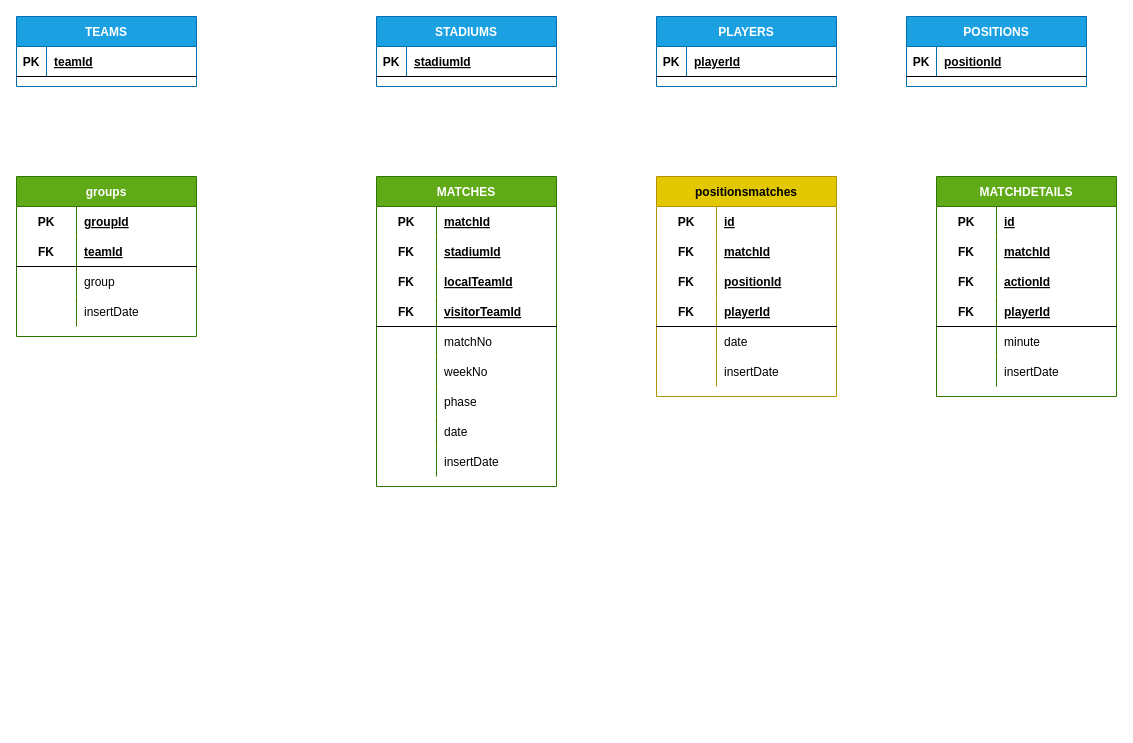
This is page "conceptual" (1 of 3) of qatar2022.drawio from r3card0/WorldCup2022, a draw.io file, before an edit. Source tidied: cells renumbered, new cells numbered last; positions are measured from the earlier drawing's top-left corner, leaving out a move shared by most shapes. Both pictures are drawn from the tidied source at 100%, with x=0, y=0 at pixel (16, 16).
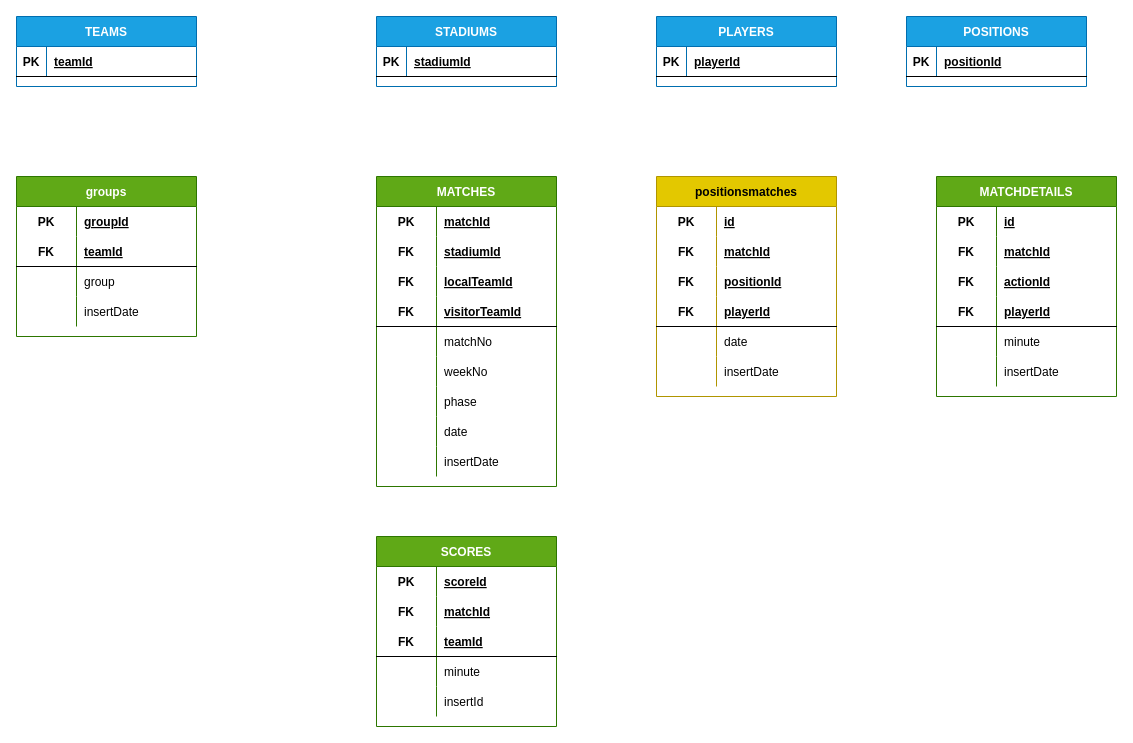
The same page after the edit.

Commit message:
added scores table

The edit, as a diff of the source:
```diff
@@
+    <mxCell id="97" value="SCORES" style="shape=table;startSize=30;childLayout=tableLayout;rowLines=0;fontStyle=1;align=center;fillColor=#60a917;fontColor=#ffffff;strokeColor=#2D7600;" parent="1" vertex="1">
+      <mxGeometry x="360" y="520" width="180" height="190" as="geometry" />
+    </mxCell>
+    <mxCell id="98" style="shape=partialRectangle;fillColor=none;top=0;left=0;bottom=0;right=0;" parent="97" vertex="1">
+      <mxGeometry y="30" width="180" height="30" as="geometry" />
+    </mxCell>
+    <mxCell id="99" value="PK" style="shape=partialRectangle;fillColor=none;top=0;left=0;bottom=0;right=0;fontStyle=1;overflow=hidden;" parent="98" vertex="1">
+      <mxGeometry width="60" height="30" as="geometry" />
+    </mxCell>
+    <mxCell id="100" value="scoreId" style="shape=partialRectangle;fillColor=none;top=0;left=0;bottom=0;right=0;align=left;spacingLeft=6;fontStyle=5;overflow=hidden;" parent="98" vertex="1">
+      <mxGeometry x="60" width="120" height="30" as="geometry" />
+    </mxCell>
+    <mxCell id="101" style="shape=partialRectangle;fillColor=none;top=0;left=0;bottom=0;right=0;" parent="97" vertex="1">
+      <mxGeometry y="60" width="180" height="30" as="geometry" />
+    </mxCell>
+    <mxCell id="102" value="FK" style="shape=partialRectangle;fillColor=none;top=0;left=0;bottom=0;right=0;fontStyle=1;overflow=hidden;" parent="101" vertex="1">
+      <mxGeometry width="60" height="30" as="geometry" />
+    </mxCell>
+    <mxCell id="103" value="matchId" style="shape=partialRectangle;fillColor=none;top=0;left=0;bottom=0;right=0;align=left;spacingLeft=6;fontStyle=5;overflow=hidden;" parent="101" vertex="1">
+      <mxGeometry x="60" width="120" height="30" as="geometry" />
+    </mxCell>
+    <mxCell id="104" style="shape=partialRectangle;fillColor=none;top=0;left=0;bottom=1;right=0;" parent="97" vertex="1">
+      <mxGeometry y="90" width="180" height="30" as="geometry" />
+    </mxCell>
+    <mxCell id="105" value="FK" style="shape=partialRectangle;fillColor=none;top=0;left=0;bottom=0;right=0;fontStyle=1;overflow=hidden;" parent="104" vertex="1">
+      <mxGeometry width="60" height="30" as="geometry" />
+    </mxCell>
+    <mxCell id="106" value="teamId" style="shape=partialRectangle;fillColor=none;top=0;left=0;bottom=0;right=0;align=left;spacingLeft=6;fontStyle=5;overflow=hidden;" parent="104" vertex="1">
+      <mxGeometry x="60" width="120" height="30" as="geometry" />
+    </mxCell>
+    <mxCell id="107" style="shape=partialRectangle;fillColor=none;top=0;left=0;bottom=0;right=0;" parent="97" vertex="1">
+      <mxGeometry y="120" width="180" height="30" as="geometry" />
+    </mxCell>
+    <mxCell id="108" style="shape=partialRectangle;fillColor=none;top=0;left=0;bottom=0;right=0;overflow=hidden;" parent="107" vertex="1">
+      <mxGeometry width="60" height="30" as="geometry" />
+    </mxCell>
+    <mxCell id="109" value="minute" style="shape=partialRectangle;fillColor=none;top=0;left=0;bottom=0;right=0;align=left;spacingLeft=6;overflow=hidden;" parent="107" vertex="1">
+      <mxGeometry x="60" width="120" height="30" as="geometry" />
+    </mxCell>
+    <mxCell id="110" style="shape=partialRectangle;fillColor=none;top=0;left=0;bottom=0;right=0;" parent="97" vertex="1">
+      <mxGeometry y="150" width="180" height="30" as="geometry" />
+    </mxCell>
+    <mxCell id="111" style="shape=partialRectangle;fillColor=none;top=0;left=0;bottom=0;right=0;overflow=hidden;" parent="110" vertex="1">
+      <mxGeometry width="60" height="30" as="geometry" />
+    </mxCell>
+    <mxCell id="112" value="insertId" style="shape=partialRectangle;fillColor=none;top=0;left=0;bottom=0;right=0;align=left;spacingLeft=6;overflow=hidden;" parent="110" vertex="1">
+      <mxGeometry x="60" width="120" height="30" as="geometry" />
+    </mxCell>
```
